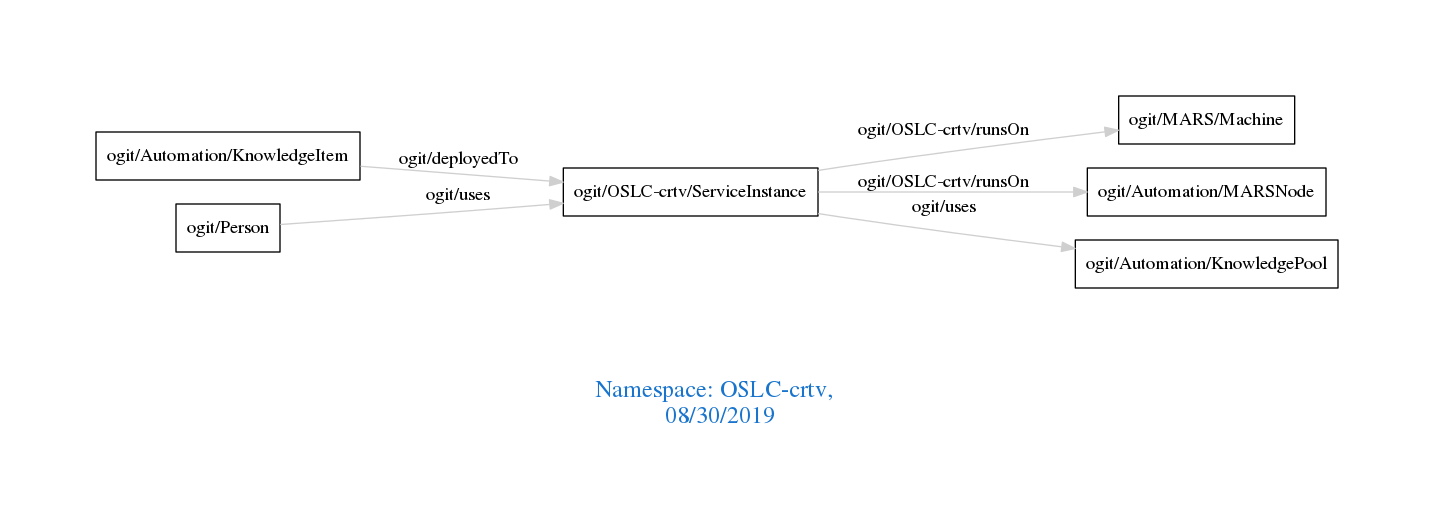
Above: downloads/OSLC-crtv.png in arago/OGIT (Graphviz), before the change. Its source is kept beside it as downloads/OSLC-crtv.dot.
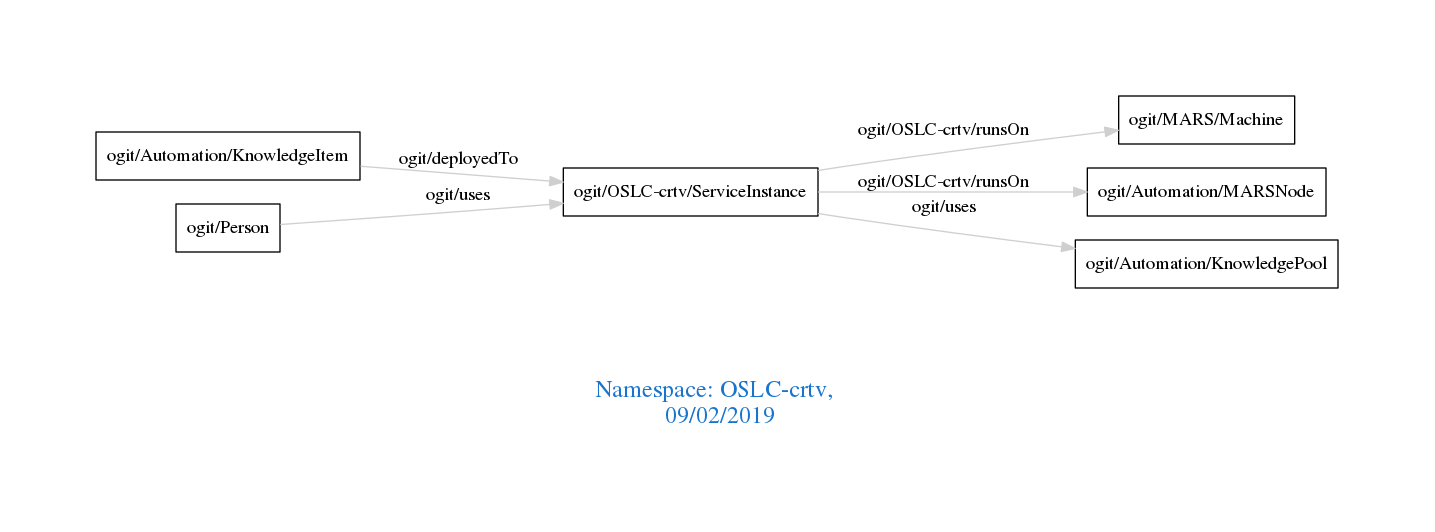
The same file after the commit.

The edit, as a diff of the source:
```diff
@@ -1,7 +1,7 @@
 digraph OGIT_ontology {
  graph [ rankdir= LR,pad=1
 fontsize = 18,
-fontcolor= dodgerblue3,label = "\n\n\nNamespace: OSLC-crtv, \n 08/30/2019"];
+fontcolor= dodgerblue3,label = "\n\n\nNamespace: OSLC-crtv, \n 09/02/2019"];
 node[shape=polygon];
 edge [  color="gray81"];
 
```
